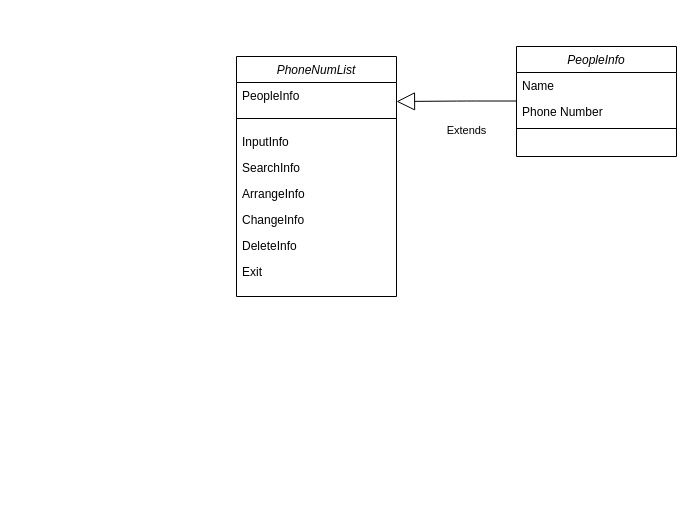
The draw.io diagram 전화번호부 클래스다이어그램.drawio in skatld123/NSH, before the edit. Source tidied: cells renumbered, new cells numbered last; positions are measured from the earlier drawing's top-left corner, leaving out a move shared by most shapes. Both pictures are drawn from the tidied source at 100%, with x=0, y=0 at pixel (236, 46).
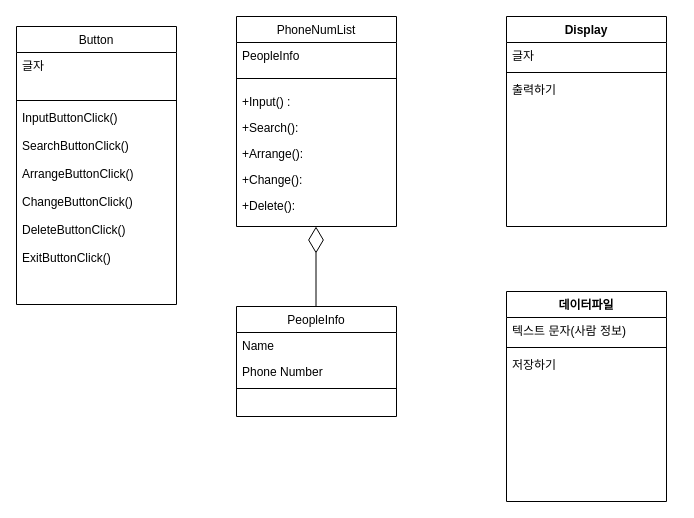
Above is the later version.

Commit message:
전화번호부 클래스다이어그램.drawio 업데이트

The edit, as a diff of the source:
```diff
@@
-    <mxCell id="2" value="PhoneNumList" style="swimlane;fontStyle=2;align=center;verticalAlign=top;horizontal=1;startSize=26;rounded=0;shadow=0;strokeWidth=1;" parent="1" vertex="1">
-      <mxGeometry y="10" width="160" height="240" as="geometry" />
+    <mxCell id="2" value="PhoneNumList" style="swimlane;fontStyle=0;align=center;verticalAlign=top;horizontal=1;startSize=26;rounded=0;shadow=0;strokeWidth=1;" parent="1" vertex="1">
+      <mxGeometry y="-30" width="160" height="210" as="geometry" />
     </mxCell>
@@
-    <mxCell id="5" value="InputInfo" style="text;strokeColor=none;fillColor=none;align=left;verticalAlign=top;spacingLeft=4;spacingRight=4;overflow=hidden;" parent="2" vertex="1">
+    <mxCell id="5" value="+Input() : " style="text;strokeColor=none;fillColor=none;align=left;verticalAlign=top;spacingLeft=4;spacingRight=4;overflow=hidden;" parent="2" vertex="1">
       <mxGeometry y="72" width="160" height="26" as="geometry" />
     </mxCell>
-    <mxCell id="6" value="SearchInfo" style="text;strokeColor=none;fillColor=none;align=left;verticalAlign=top;spacingLeft=4;spacingRight=4;overflow=hidden;" parent="2" vertex="1">
+    <mxCell id="6" value="+Search():" style="text;strokeColor=none;fillColor=none;align=left;verticalAlign=top;spacingLeft=4;spacingRight=4;overflow=hidden;" parent="2" vertex="1">
       <mxGeometry y="98" width="160" height="26" as="geometry" />
     </mxCell>
-    <mxCell id="7" value="ArrangeInfo" style="text;strokeColor=none;fillColor=none;align=left;verticalAlign=top;spacingLeft=4;spacingRight=4;overflow=hidden;" parent="2" vertex="1">
+    <mxCell id="7" value="+Arrange():" style="text;strokeColor=none;fillColor=none;align=left;verticalAlign=top;spacingLeft=4;spacingRight=4;overflow=hidden;" parent="2" vertex="1">
       <mxGeometry y="124" width="160" height="26" as="geometry" />
     </mxCell>
-    <mxCell id="8" value="ChangeInfo" style="text;strokeColor=none;fillColor=none;align=left;verticalAlign=top;spacingLeft=4;spacingRight=4;overflow=hidden;" parent="2" vertex="1">
+    <mxCell id="8" value="+Change():" style="text;strokeColor=none;fillColor=none;align=left;verticalAlign=top;spacingLeft=4;spacingRight=4;overflow=hidden;" parent="2" vertex="1">
       <mxGeometry y="150" width="160" height="26" as="geometry" />
     </mxCell>
-    <mxCell id="9" value="DeleteInfo" style="text;strokeColor=none;fillColor=none;align=left;verticalAlign=top;spacingLeft=4;spacingRight=4;overflow=hidden;" parent="2" vertex="1">
+    <mxCell id="9" value="+Delete():" style="text;strokeColor=none;fillColor=none;align=left;verticalAlign=top;spacingLeft=4;spacingRight=4;overflow=hidden;" parent="2" vertex="1">
       <mxGeometry y="176" width="160" height="26" as="geometry" />
     </mxCell>
-    <mxCell id="10" value="Exit" style="text;strokeColor=none;fillColor=none;align=left;verticalAlign=top;spacingLeft=4;spacingRight=4;overflow=hidden;" parent="2" vertex="1">
-      <mxGeometry y="202" width="160" height="26" as="geometry" />
-    </mxCell>
-    <mxCell id="11" value="PeopleInfo" style="swimlane;fontStyle=2;align=center;verticalAlign=top;horizontal=1;startSize=26;rounded=0;shadow=0;strokeWidth=1;" parent="1" vertex="1">
-      <mxGeometry x="280" width="160" height="110" as="geometry" />
+    <mxCell id="11" value="PeopleInfo" style="swimlane;fontStyle=0;align=center;verticalAlign=top;horizontal=1;startSize=26;rounded=0;shadow=0;strokeWidth=1;" parent="1" vertex="1">
+      <mxGeometry y="260" width="160" height="110" as="geometry" />
     </mxCell>
@@
-    <mxCell id="15" value="Extends" style="endArrow=block;endSize=16;endFill=0;html=1;" parent="1" edge="1">
-      <mxGeometry x="-0.17" y="30" relative="1" as="geometry">
-        <mxPoint x="280" y="54.5" as="sourcePoint" />
-        <mxPoint x="160" y="55" as="targetPoint" />
-        <Array as="points">
-          <mxPoint x="230" y="54.5" />
-        </Array>
-      </mxGeometry>
-    </mxCell>
+    <mxCell id="16" value="Button" style="swimlane;fontStyle=0;align=center;verticalAlign=top;horizontal=1;startSize=26;" parent="1" vertex="1">
+      <mxGeometry x="-220" y="-20" width="160" height="278" as="geometry" />
+    </mxCell>
+    <mxCell id="17" value="글자&#10;" style="text;strokeColor=none;fillColor=none;align=left;verticalAlign=top;spacingLeft=4;spacingRight=4;overflow=hidden;" parent="16" vertex="1">
+      <mxGeometry y="26" width="160" height="44" as="geometry" />
+    </mxCell>
+    <mxCell id="18" style="line;strokeWidth=1;fillColor=none;align=left;verticalAlign=middle;spacingTop=-1;spacingLeft=3;spacingRight=3;labelPosition=right;" parent="16" vertex="1">
+      <mxGeometry y="70" width="160" height="8" as="geometry" />
+    </mxCell>
+    <mxCell id="19" value="InputButtonClick()&#10;&#10;SearchButtonClick()&#10;&#10;ArrangeButtonClick()&#10;&#10;ChangeButtonClick()&#10;&#10;DeleteButtonClick()&#10;&#10;ExitButtonClick()" style="text;strokeColor=none;fillColor=none;align=left;verticalAlign=top;spacingLeft=4;spacingRight=4;overflow=hidden;" parent="16" vertex="1">
+      <mxGeometry y="78" width="160" height="200" as="geometry" />
+    </mxCell>
+    <mxCell id="20" style="endArrow=diamondThin;endFill=0;endSize=24;html=1;" parent="1" edge="1">
+      <mxGeometry relative="1" as="geometry">
+        <mxPoint x="79.5" y="260" as="sourcePoint" />
+        <mxPoint x="79.5" y="180" as="targetPoint" />
+      </mxGeometry>
+    </mxCell>
+    <mxCell id="21" value="Display" style="swimlane;fontStyle=1;align=center;verticalAlign=top;horizontal=1;startSize=26;" parent="1" vertex="1">
+      <mxGeometry x="270" y="-30" width="160" height="210" as="geometry" />
+    </mxCell>
+    <mxCell id="22" value="글자" style="text;strokeColor=none;fillColor=none;align=left;verticalAlign=top;spacingLeft=4;spacingRight=4;overflow=hidden;" parent="21" vertex="1">
+      <mxGeometry y="26" width="160" height="26" as="geometry" />
+    </mxCell>
+    <mxCell id="23" style="line;strokeWidth=1;fillColor=none;align=left;verticalAlign=middle;spacingTop=-1;spacingLeft=3;spacingRight=3;labelPosition=right;" parent="21" vertex="1">
+      <mxGeometry y="52" width="160" height="8" as="geometry" />
+    </mxCell>
+    <mxCell id="24" value="출력하기" style="text;strokeColor=none;fillColor=none;align=left;verticalAlign=top;spacingLeft=4;spacingRight=4;overflow=hidden;" parent="21" vertex="1">
+      <mxGeometry y="60" width="160" height="150" as="geometry" />
+    </mxCell>
+    <mxCell id="25" value="데이터파일" style="swimlane;fontStyle=1;align=center;verticalAlign=top;horizontal=1;startSize=26;" parent="1" vertex="1">
+      <mxGeometry x="270" y="245" width="160" height="210" as="geometry" />
+    </mxCell>
+    <mxCell id="26" value="텍스트 문자(사람 정보)" style="text;strokeColor=none;fillColor=none;align=left;verticalAlign=top;spacingLeft=4;spacingRight=4;overflow=hidden;" parent="25" vertex="1">
+      <mxGeometry y="26" width="160" height="26" as="geometry" />
+    </mxCell>
+    <mxCell id="27" style="line;strokeWidth=1;fillColor=none;align=left;verticalAlign=middle;spacingTop=-1;spacingLeft=3;spacingRight=3;labelPosition=right;" parent="25" vertex="1">
+      <mxGeometry y="52" width="160" height="8" as="geometry" />
+    </mxCell>
+    <mxCell id="28" value="저장하기" style="text;strokeColor=none;fillColor=none;align=left;verticalAlign=top;spacingLeft=4;spacingRight=4;overflow=hidden;" parent="25" vertex="1">
+      <mxGeometry y="60" width="160" height="150" as="geometry" />
+    </mxCell>
```
